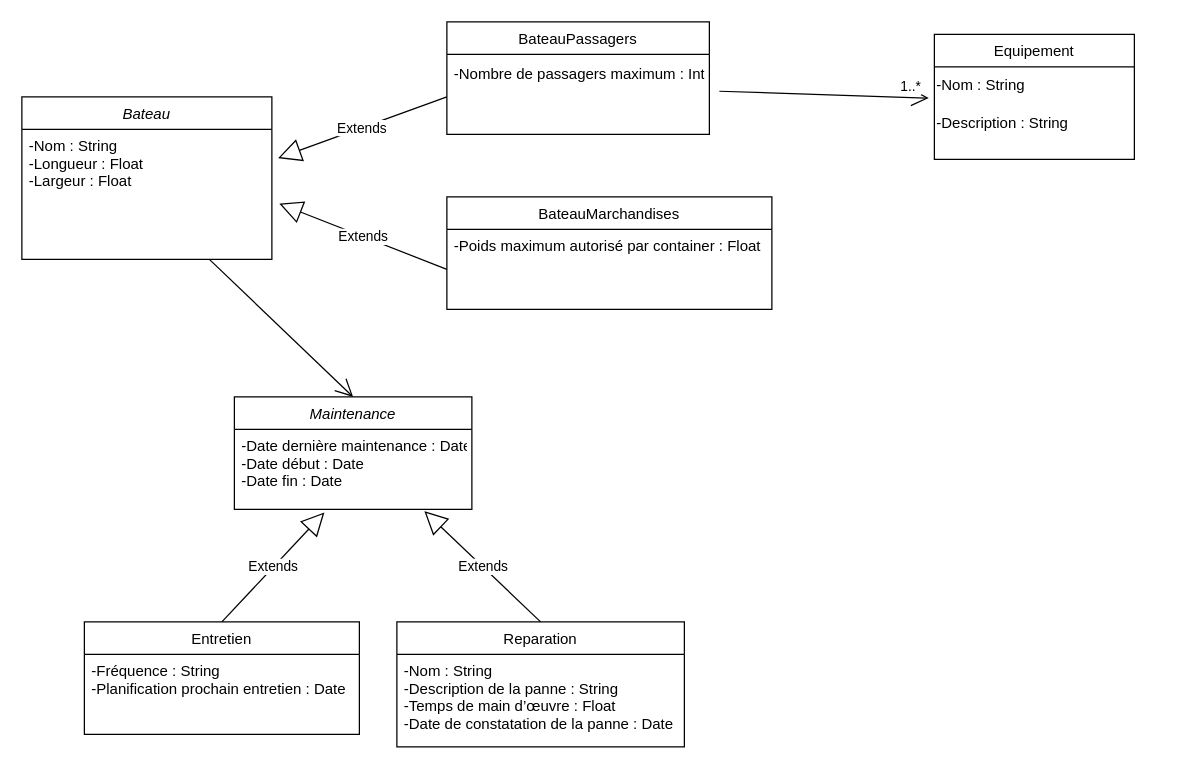
Before: Diagramme sans nom.drawio in NicolasRbls/Diagramme, a draw.io diagram. Source tidied: cells renumbered, new cells numbered last; positions are measured from the earlier drawing's top-left corner, leaving out a move shared by most shapes. Both pictures are drawn from the tidied source at 125%, with x=0, y=0 at pixel (21, 21).
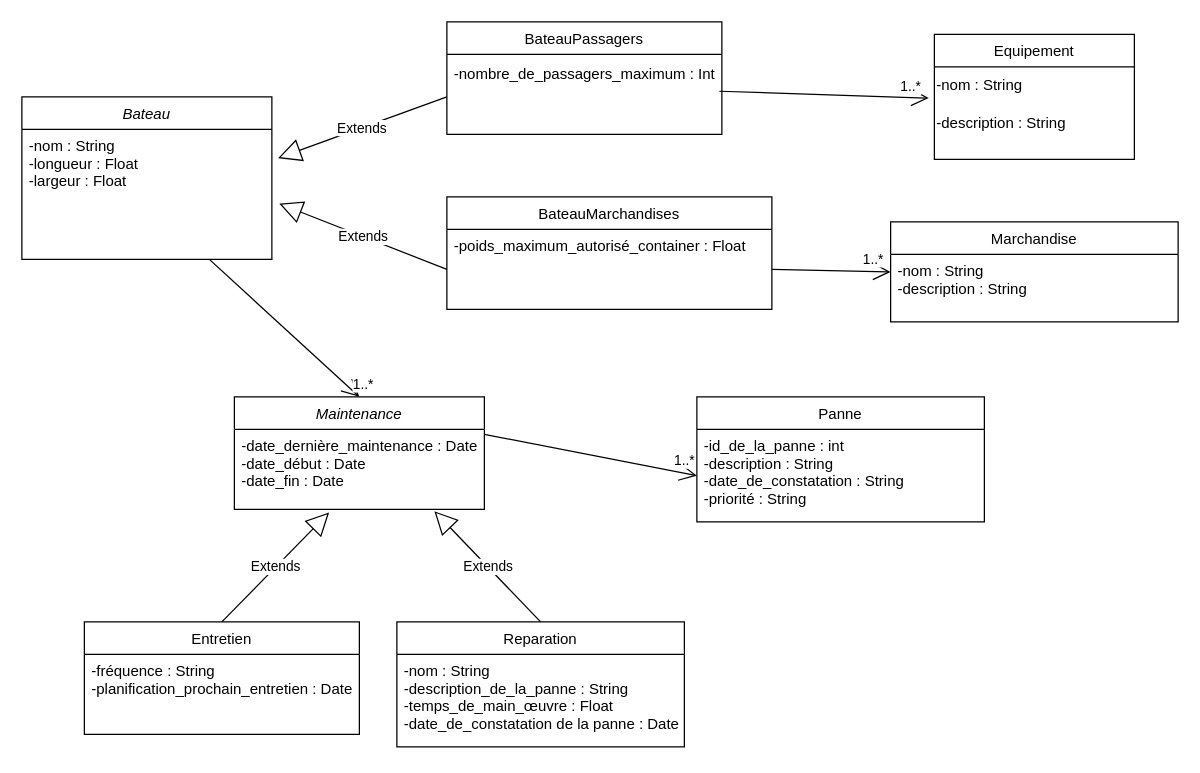
After the change.

Commit message (it also covers changes not shown here):
Mettre à jour Diagramme sans nom.drawio

Unchanged cells that the change refers to:
```xml
<mxCell id="2" value="Bateau" style="swimlane;fontStyle=2;align=center;verticalAlign=top;horizontal=1;startSize=26;rounded=0;shadow=0;strokeWidth=1;" parent="1" vertex="1">
  <mxGeometry y="60" width="200" height="130" as="geometry" />
</mxCell>
<mxCell id="4" value="Equipement" style="swimlane;fontStyle=0;align=center;verticalAlign=top;horizontal=1;startSize=26;rounded=0;shadow=0;strokeWidth=1;" parent="1" vertex="1">
  <mxGeometry x="730" y="10" width="160" height="100" as="geometry" />
</mxCell>
<mxCell id="10" value="BateauMarchandises" style="swimlane;fontStyle=0;align=center;verticalAlign=top;horizontal=1;startSize=26;rounded=0;shadow=0;strokeWidth=1;" parent="1" vertex="1">
  <mxGeometry x="340" y="140" width="260" height="90" as="geometry" />
</mxCell>
<mxCell id="14" style="endArrow=open;endFill=1;endSize=12;html=1;rounded=0;exitX=0.75;exitY=1;exitDx=0;exitDy=0;entryX=0.5;entryY=0;entryDx=0;entryDy=0;" parent="1" edge="1" source="2" target="7">
  <mxGeometry relative="1" as="geometry" />
</mxCell>
<mxCell id="15" value="Reparation " style="swimlane;fontStyle=0;align=center;verticalAlign=top;horizontal=1;startSize=26;rounded=0;shadow=0;strokeWidth=1;" parent="1" vertex="1">
  <mxGeometry x="300" y="480" width="230" height="100" as="geometry" />
</mxCell>
<mxCell id="18" value="Entretien " style="swimlane;fontStyle=0;align=center;verticalAlign=top;horizontal=1;startSize=26;rounded=0;shadow=0;strokeWidth=1;" parent="1" vertex="1">
  <mxGeometry x="50" y="480" width="220" height="90" as="geometry" />
</mxCell>
```

What changed in the source:
```diff
@@
-    <mxCell id="3" value="-Nom : String&#10;-Longueur : Float&#10;-Largeur : Float" style="text;align=left;verticalAlign=top;spacingLeft=4;spacingRight=4;overflow=hidden;points=[[0,0.5],[1,0.5]];portConstraint=eastwest;rounded=0;shadow=0;html=0;" parent="2" vertex="1">
+    <mxCell id="3" value="-nom : String&#10;-longueur : Float&#10;-largeur : Float" style="text;align=left;verticalAlign=top;spacingLeft=4;spacingRight=4;overflow=hidden;points=[[0,0.5],[1,0.5]];portConstraint=eastwest;rounded=0;shadow=0;html=0;" parent="2" vertex="1">
       <mxGeometry y="26" width="200" height="98" as="geometry" />
     </mxCell>
@@
-    <mxCell id="5" value="-Nom : String" style="text;html=1;align=left;verticalAlign=middle;strokeColor=none;fillColor=none;" parent="4" vertex="1">
+    <mxCell id="5" value="-nom : String" style="text;html=1;align=left;verticalAlign=middle;strokeColor=none;fillColor=none;" parent="4" vertex="1">
       <mxGeometry y="26" width="160" height="30" as="geometry" />
     </mxCell>
-    <mxCell id="6" value="-Description : String" style="text;html=1;align=left;verticalAlign=middle;strokeColor=none;fillColor=none;" parent="4" vertex="1">
+    <mxCell id="6" value="-description : String" style="text;html=1;align=left;verticalAlign=middle;strokeColor=none;fillColor=none;" parent="4" vertex="1">
       <mxGeometry y="56" width="160" height="30" as="geometry" />
     </mxCell>
     <mxCell id="7" value="Maintenance" style="swimlane;fontStyle=2;align=center;verticalAlign=top;horizontal=1;startSize=26;rounded=0;shadow=0;strokeWidth=1;" parent="1" vertex="1">
-      <mxGeometry x="170" y="300" width="190" height="90" as="geometry" />
+      <mxGeometry x="170" y="300" width="200" height="90" as="geometry" />
     </mxCell>
-    <mxCell id="8" value="-Date dernière maintenance : Date&#10;-Date début : Date&#10;-Date fin : Date&#10;" style="text;align=left;verticalAlign=top;spacingLeft=4;spacingRight=4;overflow=hidden;points=[[0,0.5],[1,0.5]];portConstraint=eastwest;" parent="7" vertex="1">
-      <mxGeometry y="26" width="190" height="64" as="geometry" />
+    <mxCell id="8" value="-date_dernière_maintenance : Date&#10;-date_début : Date&#10;-date_fin : Date&#10;" style="text;align=left;verticalAlign=top;spacingLeft=4;spacingRight=4;overflow=hidden;points=[[0,0.5],[1,0.5]];portConstraint=eastwest;" parent="7" vertex="1">
+      <mxGeometry y="26" width="200" height="64" as="geometry" />
     </mxCell>
     <mxCell id="9" value="BateauPassagers" style="swimlane;fontStyle=0;align=center;verticalAlign=top;horizontal=1;startSize=26;rounded=0;shadow=0;strokeWidth=1;" parent="1" vertex="1">
-      <mxGeometry x="340" width="210" height="90" as="geometry" />
+      <mxGeometry x="340" width="220" height="90" as="geometry" />
     </mxCell>
@@
-    <mxCell id="11" value="-Poids maximum autorisé par container : Float" style="text;align=left;verticalAlign=top;spacingLeft=4;spacingRight=4;overflow=hidden;points=[[0,0.5],[1,0.5]];portConstraint=eastwest;" parent="10" vertex="1">
+    <mxCell id="11" value="-poids_maximum_autorisé_container : Float" style="text;align=left;verticalAlign=top;spacingLeft=4;spacingRight=4;overflow=hidden;points=[[0,0.5],[1,0.5]];portConstraint=eastwest;" parent="10" vertex="1">
       <mxGeometry y="26" width="260" height="64" as="geometry" />
     </mxCell>
@@
+    <mxCell id="24" value="1..*" style="edgeLabel;html=1;align=center;verticalAlign=middle;" parent="14" vertex="1">
+      <mxGeometry x="0.16" y="-3" relative="1" as="geometry">
+        <mxPoint x="55" y="34" as="offset" />
+      </mxGeometry>
+    </mxCell>
@@
-    <mxCell id="16" value="-Nom : String&#10;-Description de la panne : String&#10;-Temps de main d’œuvre : Float&#10;-Date de constatation de la panne : Date" style="text;align=left;verticalAlign=top;spacingLeft=4;spacingRight=4;overflow=hidden;" parent="15" vertex="1">
+    <mxCell id="16" value="-nom : String&#10;-description_de_la_panne : String&#10;-temps_de_main_œuvre : Float&#10;-date_de_constatation de la panne : Date" style="text;align=left;verticalAlign=top;spacingLeft=4;spacingRight=4;overflow=hidden;" parent="15" vertex="1">
       <mxGeometry y="26" width="230" height="74" as="geometry" />
     </mxCell>
@@
-    <mxCell id="19" value="-Fréquence : String&#10;-Planification prochain entretien : Date" style="text;align=left;verticalAlign=top;spacingLeft=4;spacingRight=4;overflow=hidden;" parent="18" vertex="1">
+    <mxCell id="19" value="-fréquence : String&#10;-planification_prochain_entretien : Date" style="text;align=left;verticalAlign=top;spacingLeft=4;spacingRight=4;overflow=hidden;" parent="18" vertex="1">
       <mxGeometry y="26" width="220" height="64" as="geometry" />
     </mxCell>
@@
-    <mxCell id="22" value="-Nombre de passagers maximum : Int" style="text;align=left;verticalAlign=top;spacingLeft=4;spacingRight=4;overflow=hidden;points=[[0,0.5],[1,0.5]];portConstraint=eastwest;" parent="1" vertex="1">
-      <mxGeometry x="340" y="28" width="210" height="64" as="geometry" />
+    <mxCell id="22" value="-nombre_de_passagers_maximum : Int" style="text;align=left;verticalAlign=top;spacingLeft=4;spacingRight=4;overflow=hidden;points=[[0,0.5],[1,0.5]];portConstraint=eastwest;" parent="1" vertex="1">
+      <mxGeometry x="340" y="28" width="220" height="64" as="geometry" />
     </mxCell>
@@
+    <mxCell id="25" value="Panne" style="swimlane;fontStyle=0;align=center;verticalAlign=top;horizontal=1;startSize=26;rounded=0;shadow=0;strokeWidth=1;" parent="1" vertex="1">
+      <mxGeometry x="540" y="300" width="230" height="100" as="geometry" />
+    </mxCell>
+    <mxCell id="26" value="-id_de_la_panne : int&#10;-description : String&#10;-date_de_constatation : String&#10;-priorité : String" style="text;align=left;verticalAlign=top;spacingLeft=4;spacingRight=4;overflow=hidden;points=[[0,0.5],[1,0.5]];portConstraint=eastwest;" parent="25" vertex="1">
+      <mxGeometry y="26" width="230" height="74" as="geometry" />
+    </mxCell>
+    <mxCell id="27" style="endArrow=open;endFill=1;endSize=12;html=1;rounded=0;exitX=0.75;exitY=1;exitDx=0;exitDy=0;entryX=0;entryY=0.5;entryDx=0;entryDy=0;" parent="1" edge="1" target="26">
+      <mxGeometry relative="1" as="geometry">
+        <mxPoint x="370" y="330" as="sourcePoint" />
+      </mxGeometry>
+    </mxCell>
+    <mxCell id="28" value="1..*" style="edgeLabel;html=1;align=center;verticalAlign=middle;" parent="27" vertex="1">
+      <mxGeometry x="-0.01" y="2" relative="1" as="geometry">
+        <mxPoint x="75" y="6" as="offset" />
+      </mxGeometry>
+    </mxCell>
+    <mxCell id="29" value="Marchandise" style="swimlane;fontStyle=0;align=center;verticalAlign=top;horizontal=1;startSize=26;rounded=0;shadow=0;strokeWidth=1;" parent="1" vertex="1">
+      <mxGeometry x="695" y="160" width="230" height="80" as="geometry" />
+    </mxCell>
+    <mxCell id="30" value="-nom : String&#10;-description : String" style="text;align=left;verticalAlign=top;spacingLeft=4;spacingRight=4;overflow=hidden;" parent="29" vertex="1">
+      <mxGeometry y="26" width="230" height="54" as="geometry" />
+    </mxCell>
+    <mxCell id="31" style="endArrow=open;endFill=1;endSize=12;html=1;rounded=0;entryX=0;entryY=0.5;entryDx=0;entryDy=0;exitX=1;exitY=0.5;exitDx=0;exitDy=0;" parent="1" edge="1" source="11" target="29">
+      <mxGeometry relative="1" as="geometry" />
+    </mxCell>
+    <mxCell id="32" value="1..*" style="edgeLabel;html=1;align=center;verticalAlign=middle;" parent="31" vertex="1">
+      <mxGeometry x="-0.03" y="2" relative="1" as="geometry">
+        <mxPoint x="34" y="-7" as="offset" />
+      </mxGeometry>
+    </mxCell>
```
